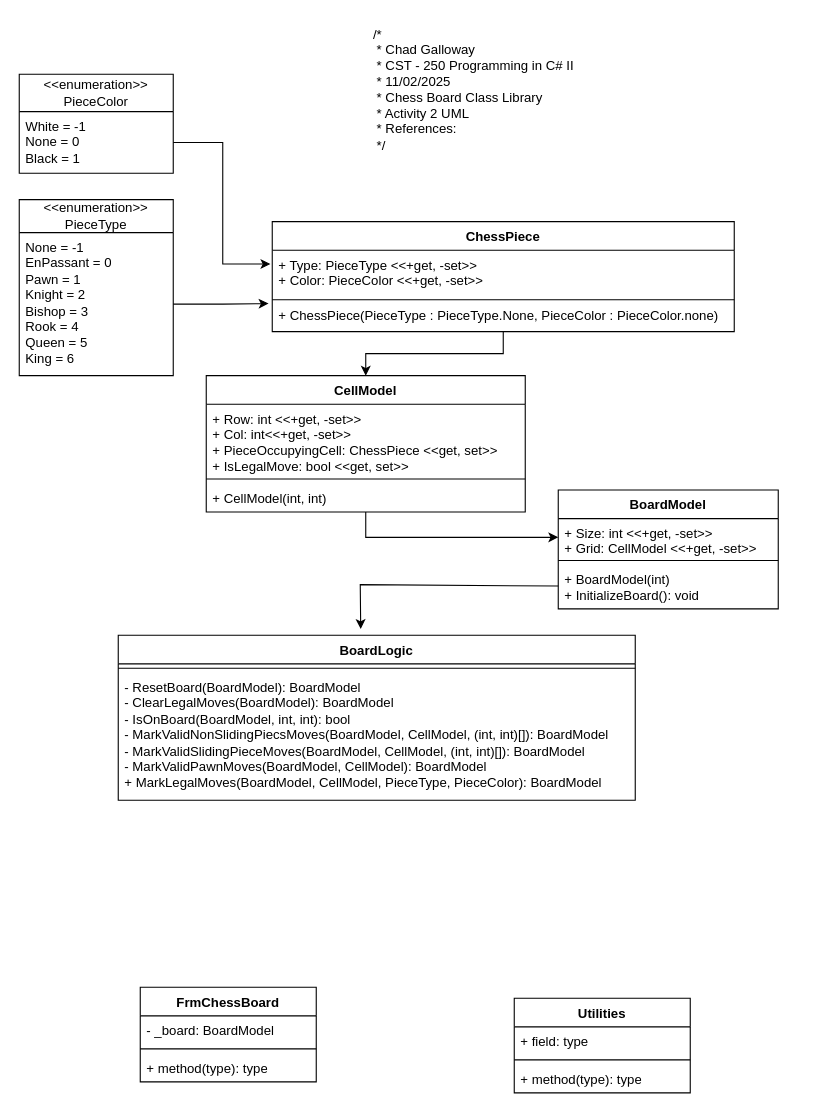
CGalloway3/CST-250-Projects keeps this draw.io diagram as Activity 2/Pictures/Activity2_UML.drawio. Above is the earlier version. Source tidied: cells renumbered, new cells numbered last; positions are measured from the earlier drawing's top-left corner, leaving out a move shared by most shapes. Both pictures are drawn from the tidied source at 110%, with x=0, y=0 at pixel (19, 19).
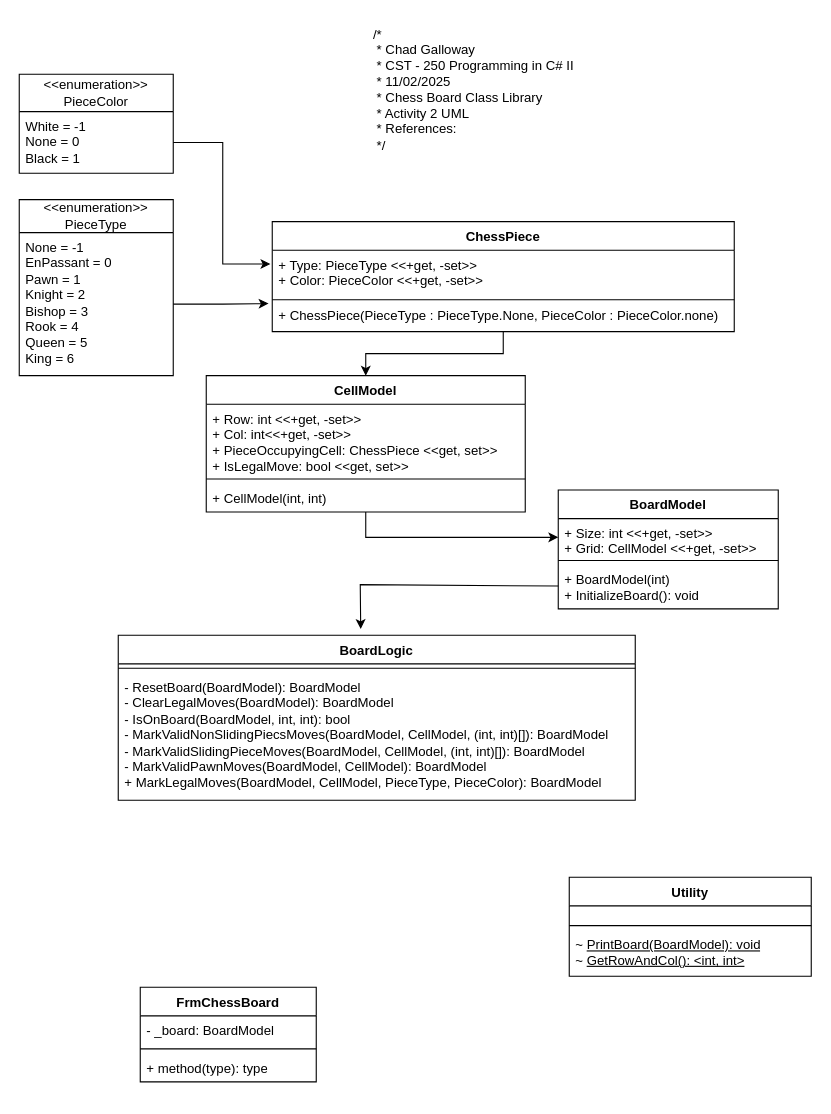
After the change.

Change to the diagram source:
```diff
@@
-    <mxCell id="14" value="Utilities" style="swimlane;fontStyle=1;align=center;verticalAlign=top;horizontal=1;startSize=26;whiteSpace=wrap;html=1;" parent="1" vertex="1">
-      <mxGeometry x="450" y="890" width="160" height="86" as="geometry" />
+    <mxCell id="14" value="Utility" style="swimlane;fontStyle=1;align=center;verticalAlign=top;horizontal=1;startSize=26;whiteSpace=wrap;html=1;" parent="1" vertex="1">
+      <mxGeometry x="500" y="780" width="220" height="90" as="geometry" />
     </mxCell>
-    <mxCell id="15" value="+ field: type" style="text;strokeColor=none;fillColor=none;align=left;verticalAlign=top;spacingLeft=4;spacingRight=4;overflow=hidden;whiteSpace=wrap;html=1;" parent="14" vertex="1">
-      <mxGeometry y="26" width="160" height="26" as="geometry" />
+    <mxCell id="15" value="&lt;div&gt;&lt;br&gt;&lt;/div&gt;" style="text;strokeColor=none;fillColor=none;align=left;verticalAlign=top;spacingLeft=4;spacingRight=4;overflow=hidden;whiteSpace=wrap;html=1;" parent="14" vertex="1">
+      <mxGeometry y="26" width="220" height="14" as="geometry" />
     </mxCell>
     <mxCell id="16" style="line;strokeWidth=1;fillColor=none;align=left;verticalAlign=middle;spacingTop=-1;spacingLeft=3;spacingRight=3;labelPosition=right;strokeColor=inherit;" parent="14" vertex="1">
-      <mxGeometry y="52" width="160" height="8" as="geometry" />
+      <mxGeometry y="40" width="220" height="8" as="geometry" />
     </mxCell>
-    <mxCell id="17" value="+ method(type): type" style="text;strokeColor=none;fillColor=none;align=left;verticalAlign=top;spacingLeft=4;spacingRight=4;overflow=hidden;whiteSpace=wrap;html=1;" parent="14" vertex="1">
-      <mxGeometry y="60" width="160" height="26" as="geometry" />
+    <mxCell id="17" value="~ &lt;u&gt;PrintBoard(BoardModel): void&lt;/u&gt;&lt;div&gt;~ &lt;u&gt;GetRowAndCol(): &amp;lt;int, int&amp;gt;&lt;/u&gt;&amp;nbsp;&lt;/div&gt;" style="text;strokeColor=none;fillColor=none;align=left;verticalAlign=top;spacingLeft=4;spacingRight=4;overflow=hidden;whiteSpace=wrap;html=1;" parent="14" vertex="1">
+      <mxGeometry y="48" width="220" height="42" as="geometry" />
     </mxCell>
```
